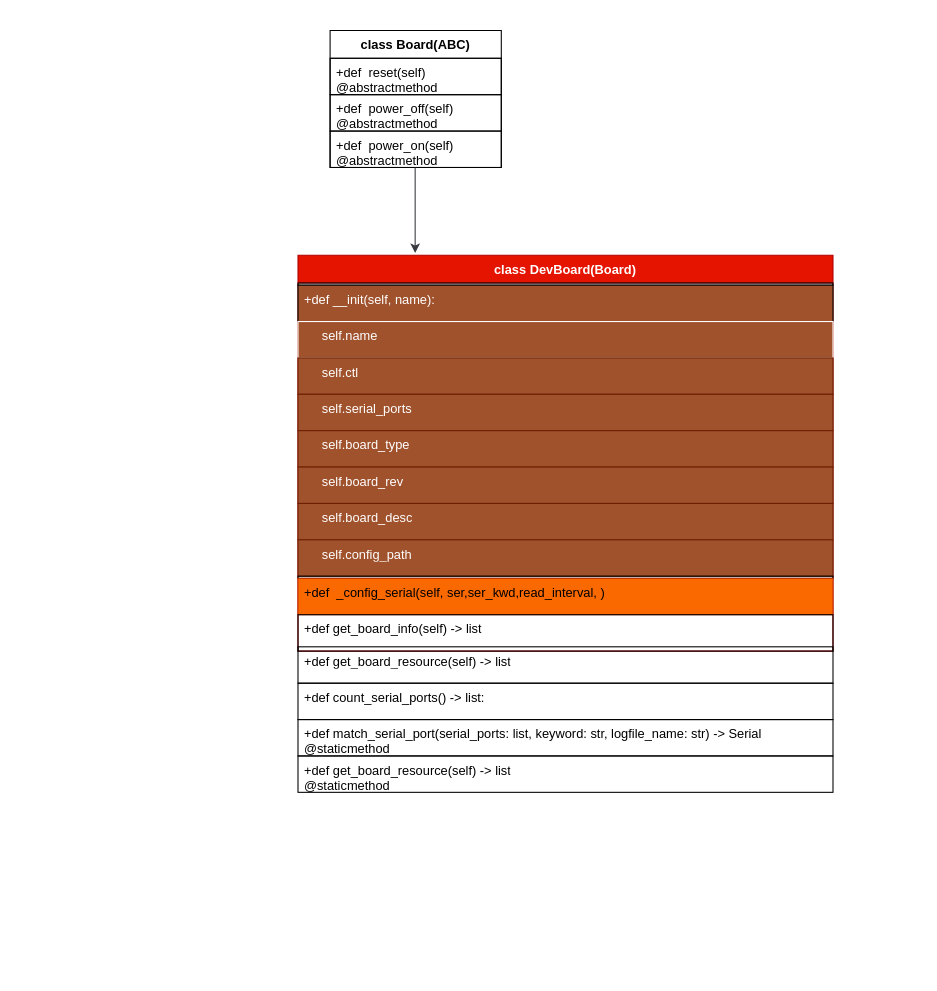
This is board.drawio from RuanZhen139/learngit, a draw.io file, before an edit. Source tidied: cells renumbered, new cells numbered last; positions are measured from the earlier drawing's top-left corner, leaving out a move shared by most shapes. Both pictures are drawn from the tidied source at 107%, with x=0, y=0 at pixel (297, 30).
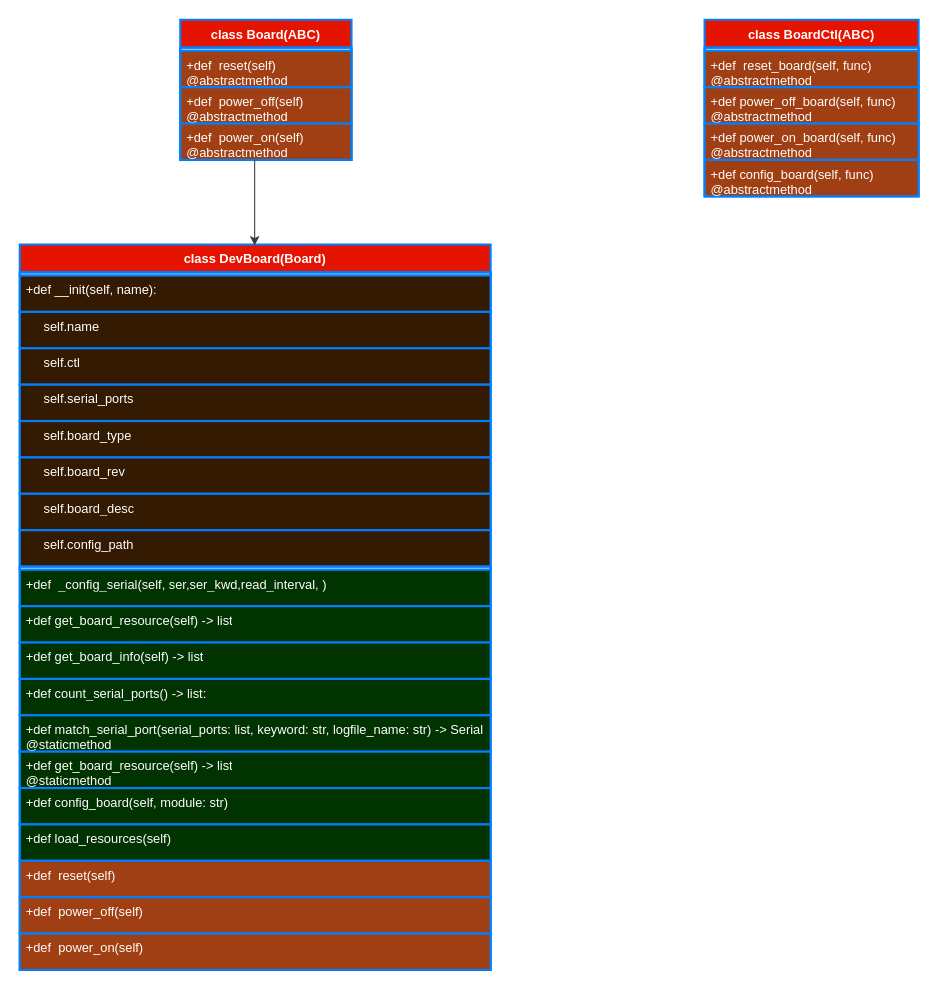
After the change.

The edit, as a diff of the source:
```diff
@@
-    <mxCell id="2" value="class Board(ABC)" style="swimlane;fontStyle=1;align=center;verticalAlign=top;horizontal=1;startSize=26;whiteSpace=wrap;html=1;" parent="1" vertex="1">
-      <mxGeometry x="30" width="160" height="128" as="geometry" />
+    <mxCell id="2" value="class Board(ABC)" style="swimlane;fontStyle=1;align=center;verticalAlign=top;horizontal=1;startSize=26;whiteSpace=wrap;html=1;fillColor=#e51400;fontColor=#ffffff;strokeColor=#007FFF;strokeWidth=2;" parent="1" vertex="1">
+      <mxGeometry x="-110" y="-10" width="160" height="131" as="geometry" />
     </mxCell>
+    <mxCell id="24" style="text;strokeColor=#007FFF;fillColor=none;align=left;verticalAlign=top;spacingLeft=4;spacingRight=4;overflow=hidden;whiteSpace=wrap;html=1;strokeWidth=2;" parent="2" vertex="1">
+      <mxGeometry y="26" width="160" height="3" as="geometry" />
+    </mxCell>
-    <mxCell id="3" value="+def&amp;nbsp; reset(self)&amp;nbsp; &amp;nbsp; &amp;nbsp; @abstractmethod" style="text;strokeColor=default;fillColor=none;align=left;verticalAlign=top;spacingLeft=4;spacingRight=4;overflow=hidden;whiteSpace=wrap;html=1;" parent="2" vertex="1">
-      <mxGeometry y="26" width="160" height="34" as="geometry" />
+    <mxCell id="3" value="+def&amp;nbsp; reset(self)&amp;nbsp; &amp;nbsp; &amp;nbsp; @abstractmethod" style="text;strokeColor=#007FFF;fillColor=#A03F13;align=left;verticalAlign=top;spacingLeft=4;spacingRight=4;overflow=hidden;whiteSpace=wrap;html=1;fontColor=#FFFFFF;strokeWidth=2;" parent="2" vertex="1">
+      <mxGeometry y="29" width="160" height="34" as="geometry" />
     </mxCell>
-    <mxCell id="4" value="+def&amp;nbsp;&amp;nbsp;power_off&lt;span style=&quot;background-color: initial;&quot;&gt;(self)&amp;nbsp; &amp;nbsp; &amp;nbsp; @abstractmethod&lt;/span&gt;" style="text;strokeColor=default;fillColor=none;align=left;verticalAlign=top;spacingLeft=4;spacingRight=4;overflow=hidden;whiteSpace=wrap;html=1;" parent="2" vertex="1">
-      <mxGeometry y="60" width="160" height="34" as="geometry" />
+    <mxCell id="4" value="+def&amp;nbsp;&amp;nbsp;power_off&lt;span style=&quot;background-color: initial;&quot;&gt;(self)&amp;nbsp; &amp;nbsp; &amp;nbsp; @abstractmethod&lt;/span&gt;" style="text;strokeColor=#007FFF;fillColor=#A03F13;align=left;verticalAlign=top;spacingLeft=4;spacingRight=4;overflow=hidden;whiteSpace=wrap;html=1;fontColor=#FFFFFF;strokeWidth=2;" parent="2" vertex="1">
+      <mxGeometry y="63" width="160" height="34" as="geometry" />
     </mxCell>
-    <mxCell id="5" value="+def&amp;nbsp;&amp;nbsp;power_on&lt;span style=&quot;background-color: initial;&quot;&gt;(self)&amp;nbsp; &amp;nbsp; &amp;nbsp; @abstractmethod&lt;/span&gt;" style="text;strokeColor=default;fillColor=none;align=left;verticalAlign=top;spacingLeft=4;spacingRight=4;overflow=hidden;whiteSpace=wrap;html=1;" parent="2" vertex="1">
-      <mxGeometry y="94" width="160" height="34" as="geometry" />
+    <mxCell id="5" value="+def&amp;nbsp;&amp;nbsp;power_on&lt;span style=&quot;background-color: initial;&quot;&gt;(self)&amp;nbsp; &amp;nbsp; &amp;nbsp; @abstractmethod&lt;/span&gt;" style="text;strokeColor=#007FFF;fillColor=#A03F13;align=left;verticalAlign=top;spacingLeft=4;spacingRight=4;overflow=hidden;whiteSpace=wrap;html=1;fontColor=#FFFFFF;strokeWidth=2;" parent="2" vertex="1">
+      <mxGeometry y="97" width="160" height="34" as="geometry" />
     </mxCell>
-    <mxCell id="6" value="class DevBoard(Board&lt;span style=&quot;background-color: initial;&quot;&gt;)&lt;/span&gt;" style="swimlane;fontStyle=1;align=center;verticalAlign=top;horizontal=1;startSize=26;whiteSpace=wrap;html=1;fillColor=#e51400;fontColor=#ffffff;strokeColor=#B20000;" parent="1" vertex="1">
-      <mxGeometry y="210" width="500" height="370" as="geometry" />
+    <mxCell id="6" value="class DevBoard(Board&lt;span style=&quot;background-color: initial;&quot;&gt;)&lt;/span&gt;" style="swimlane;fontStyle=1;align=center;verticalAlign=top;horizontal=1;startSize=26;whiteSpace=wrap;html=1;fillColor=#e51400;fontColor=#ffffff;strokeColor=#007FFF;strokeWidth=2;" parent="1" vertex="1">
+      <mxGeometry x="-260" y="200" width="440" height="678" as="geometry" />
     </mxCell>
-    <mxCell id="7" style="text;strokeColor=default;fillColor=none;align=left;verticalAlign=top;spacingLeft=4;spacingRight=4;overflow=hidden;whiteSpace=wrap;html=1;" parent="6" vertex="1">
-      <mxGeometry y="26" width="500" height="2" as="geometry" />
+    <mxCell id="7" style="text;strokeColor=#007FFF;fillColor=none;align=left;verticalAlign=top;spacingLeft=4;spacingRight=4;overflow=hidden;whiteSpace=wrap;html=1;strokeWidth=2;" parent="6" vertex="1">
+      <mxGeometry y="26" width="440" height="3" as="geometry" />
     </mxCell>
-    <mxCell id="8" value="+def __init(self, name&lt;span style=&quot;background-color: initial;&quot;&gt;):&lt;/span&gt;" style="text;strokeColor=default;fillColor=#a0522d;align=left;verticalAlign=top;spacingLeft=4;spacingRight=4;overflow=hidden;whiteSpace=wrap;html=1;fontColor=#ffffff;perimeterSpacing=0;" parent="6" vertex="1">
-      <mxGeometry y="28" width="500" height="34" as="geometry" />
+    <mxCell id="8" value="+def __init(self, name&lt;span style=&quot;background-color: initial;&quot;&gt;):&lt;/span&gt;" style="text;strokeColor=#007FFF;fillColor=#331A00;align=left;verticalAlign=top;spacingLeft=4;spacingRight=4;overflow=hidden;whiteSpace=wrap;html=1;fontColor=#ffffff;perimeterSpacing=0;strokeWidth=2;" parent="6" vertex="1">
+      <mxGeometry y="29" width="440" height="34" as="geometry" />
     </mxCell>
-    <mxCell id="9" value="&amp;nbsp; &amp;nbsp; &amp;nbsp;self.name" style="text;strokeColor=#FFFFFF;fillColor=#a0522d;align=left;verticalAlign=top;spacingLeft=4;spacingRight=4;overflow=hidden;whiteSpace=wrap;html=1;fontColor=#ffffff;fillStyle=auto;gradientColor=none;" parent="6" vertex="1">
-      <mxGeometry y="62" width="500" height="34" as="geometry" />
+    <mxCell id="9" value="&amp;nbsp; &amp;nbsp; &amp;nbsp;self.name" style="text;strokeColor=#007FFF;fillColor=#331A00;align=left;verticalAlign=top;spacingLeft=4;spacingRight=4;overflow=hidden;whiteSpace=wrap;html=1;fontColor=#ffffff;fillStyle=auto;gradientColor=none;strokeWidth=2;" parent="6" vertex="1">
+      <mxGeometry y="63" width="440" height="34" as="geometry" />
     </mxCell>
-    <mxCell id="10" value="&amp;nbsp; &amp;nbsp; &amp;nbsp;self.ctl" style="text;strokeColor=#6D1F00;fillColor=#a0522d;align=left;verticalAlign=top;spacingLeft=4;spacingRight=4;overflow=hidden;whiteSpace=wrap;html=1;fontColor=#ffffff;" parent="6" vertex="1">
-      <mxGeometry y="96" width="500" height="34" as="geometry" />
+    <mxCell id="10" value="&amp;nbsp; &amp;nbsp; &amp;nbsp;self.ctl" style="text;strokeColor=#007FFF;fillColor=#331A00;align=left;verticalAlign=top;spacingLeft=4;spacingRight=4;overflow=hidden;whiteSpace=wrap;html=1;fontColor=#ffffff;strokeWidth=2;" parent="6" vertex="1">
+      <mxGeometry y="97" width="440" height="34" as="geometry" />
     </mxCell>
-    <mxCell id="11" value="&amp;nbsp; &amp;nbsp; &amp;nbsp;self.serial_ports" style="text;strokeColor=#6D1F00;fillColor=#a0522d;align=left;verticalAlign=top;spacingLeft=4;spacingRight=4;overflow=hidden;whiteSpace=wrap;html=1;fontColor=#ffffff;" parent="6" vertex="1">
-      <mxGeometry y="130" width="500" height="34" as="geometry" />
+    <mxCell id="11" value="&amp;nbsp; &amp;nbsp; &amp;nbsp;self.serial_ports" style="text;strokeColor=#007FFF;fillColor=#331A00;align=left;verticalAlign=top;spacingLeft=4;spacingRight=4;overflow=hidden;whiteSpace=wrap;html=1;fontColor=#ffffff;strokeWidth=2;" parent="6" vertex="1">
+      <mxGeometry y="131" width="440" height="34" as="geometry" />
     </mxCell>
-    <mxCell id="12" value="&amp;nbsp; &amp;nbsp; &amp;nbsp;self.board_type" style="text;strokeColor=#6D1F00;fillColor=#a0522d;align=left;verticalAlign=top;spacingLeft=4;spacingRight=4;overflow=hidden;whiteSpace=wrap;html=1;fontColor=#ffffff;" parent="6" vertex="1">
-      <mxGeometry y="164" width="500" height="34" as="geometry" />
+    <mxCell id="12" value="&amp;nbsp; &amp;nbsp; &amp;nbsp;self.board_type" style="text;strokeColor=#007FFF;fillColor=#331A00;align=left;verticalAlign=top;spacingLeft=4;spacingRight=4;overflow=hidden;whiteSpace=wrap;html=1;fontColor=#ffffff;strokeWidth=2;" parent="6" vertex="1">
+      <mxGeometry y="165" width="440" height="34" as="geometry" />
     </mxCell>
-    <mxCell id="13" value="&amp;nbsp; &amp;nbsp; &amp;nbsp;self.board_rev" style="text;strokeColor=#6D1F00;fillColor=#a0522d;align=left;verticalAlign=top;spacingLeft=4;spacingRight=4;overflow=hidden;whiteSpace=wrap;html=1;fontColor=#ffffff;" parent="6" vertex="1">
-      <mxGeometry y="198" width="500" height="34" as="geometry" />
+    <mxCell id="13" value="&amp;nbsp; &amp;nbsp; &amp;nbsp;self.board_rev" style="text;strokeColor=#007FFF;fillColor=#331A00;align=left;verticalAlign=top;spacingLeft=4;spacingRight=4;overflow=hidden;whiteSpace=wrap;html=1;fontColor=#ffffff;strokeWidth=2;" parent="6" vertex="1">
+      <mxGeometry y="199" width="440" height="34" as="geometry" />
     </mxCell>
-    <mxCell id="14" value="&amp;nbsp; &amp;nbsp; &amp;nbsp;self.board_desc" style="text;strokeColor=#6D1F00;fillColor=#a0522d;align=left;verticalAlign=top;spacingLeft=4;spacingRight=4;overflow=hidden;whiteSpace=wrap;html=1;fontColor=#ffffff;" parent="6" vertex="1">
-      <mxGeometry y="232" width="500" height="34" as="geometry" />
+    <mxCell id="14" value="&amp;nbsp; &amp;nbsp; &amp;nbsp;self.board_desc" style="text;strokeColor=#007FFF;fillColor=#331A00;align=left;verticalAlign=top;spacingLeft=4;spacingRight=4;overflow=hidden;whiteSpace=wrap;html=1;fontColor=#ffffff;strokeWidth=2;" parent="6" vertex="1">
+      <mxGeometry y="233" width="440" height="34" as="geometry" />
     </mxCell>
-    <mxCell id="15" value="&amp;nbsp; &amp;nbsp; &amp;nbsp;self.config_path" style="text;strokeColor=#6D1F00;fillColor=#a0522d;align=left;verticalAlign=top;spacingLeft=4;spacingRight=4;overflow=hidden;whiteSpace=wrap;html=1;fontColor=#ffffff;" parent="6" vertex="1">
-      <mxGeometry y="266" width="500" height="34" as="geometry" />
+    <mxCell id="15" value="&amp;nbsp; &amp;nbsp; &amp;nbsp;self.config_path" style="text;strokeColor=#007FFF;fillColor=#331A00;align=left;verticalAlign=top;spacingLeft=4;spacingRight=4;overflow=hidden;whiteSpace=wrap;html=1;fontColor=#ffffff;strokeWidth=2;" parent="6" vertex="1">
+      <mxGeometry y="267" width="440" height="34" as="geometry" />
     </mxCell>
-    <mxCell id="16" style="text;strokeColor=default;fillColor=none;align=left;verticalAlign=top;spacingLeft=4;spacingRight=4;overflow=hidden;whiteSpace=wrap;html=1;" parent="6" vertex="1">
-      <mxGeometry y="300" width="500" height="2" as="geometry" />
+    <mxCell id="16" style="text;strokeColor=#007FFF;fillColor=none;align=left;verticalAlign=top;spacingLeft=4;spacingRight=4;overflow=hidden;whiteSpace=wrap;html=1;strokeWidth=2;spacing=1;" parent="6" vertex="1">
+      <mxGeometry y="301" width="440" height="3" as="geometry" />
     </mxCell>
-    <mxCell id="17" value="+def&amp;nbsp;&amp;nbsp;_config_serial&lt;span style=&quot;background-color: initial;&quot;&gt;(self, ser,ser_kwd,read_interval, )&lt;br&gt;&lt;/span&gt;" style="text;strokeColor=#C73500;fillColor=#fa6800;align=left;verticalAlign=top;spacingLeft=4;spacingRight=4;overflow=hidden;whiteSpace=wrap;html=1;fontColor=#000000;" parent="6" vertex="1">
-      <mxGeometry y="302" width="500" height="34" as="geometry" />
+    <mxCell id="17" value="+def&amp;nbsp;&amp;nbsp;_config_serial&lt;span style=&quot;background-color: initial;&quot;&gt;(self, ser,ser_kwd,read_interval, )&lt;br&gt;&lt;/span&gt;" style="text;strokeColor=#007FFF;fillColor=#003300;align=left;verticalAlign=top;spacingLeft=4;spacingRight=4;overflow=hidden;whiteSpace=wrap;html=1;fontColor=#FFFFFF;strokeWidth=2;" parent="6" vertex="1">
+      <mxGeometry y="304" width="440" height="34" as="geometry" />
     </mxCell>
+    <mxCell id="20" value="+def get_board_resource(self) -&amp;gt; list" style="text;strokeColor=#007FFF;fillColor=#003300;align=left;verticalAlign=top;spacingLeft=4;spacingRight=4;overflow=hidden;whiteSpace=wrap;html=1;fontColor=#FFFFFF;strokeWidth=2;" parent="6" vertex="1">
+      <mxGeometry y="338" width="440" height="34" as="geometry" />
+    </mxCell>
-    <mxCell id="18" value="+def get_board_info(self) -&amp;gt; list" style="text;strokeColor=default;fillColor=none;align=left;verticalAlign=top;spacingLeft=4;spacingRight=4;overflow=hidden;whiteSpace=wrap;html=1;" parent="6" vertex="1">
-      <mxGeometry y="336" width="500" height="34" as="geometry" />
+    <mxCell id="18" value="+def get_board_info(self) -&amp;gt; list" style="text;strokeColor=#007FFF;fillColor=#003300;align=left;verticalAlign=top;spacingLeft=4;spacingRight=4;overflow=hidden;whiteSpace=wrap;html=1;fontColor=#FFFFFF;labelBackgroundColor=none;labelBorderColor=none;strokeWidth=2;" parent="6" vertex="1">
+      <mxGeometry y="372" width="440" height="34" as="geometry" />
     </mxCell>
-    <mxCell id="19" style="endArrow=classic;html=1;rounded=0;fillColor=#f9f7ed;strokeColor=#36393d;" parent="1" edge="1">
-      <mxGeometry relative="1" as="geometry">
-        <mxPoint x="109.5" y="128" as="sourcePoint" />
-        <mxPoint x="109.5" y="208" as="targetPoint" />
-      </mxGeometry>
-    </mxCell>
-    <mxCell id="20" value="+def get_board_resource(self) -&amp;gt; list" style="text;strokeColor=default;fillColor=none;align=left;verticalAlign=top;spacingLeft=4;spacingRight=4;overflow=hidden;whiteSpace=wrap;html=1;" parent="1" vertex="1">
-      <mxGeometry y="576" width="500" height="34" as="geometry" />
-    </mxCell>
-    <mxCell id="21" value="+def count_serial_ports() -&amp;gt; list:" style="text;strokeColor=default;fillColor=none;align=left;verticalAlign=top;spacingLeft=4;spacingRight=4;overflow=hidden;whiteSpace=wrap;html=1;" parent="1" vertex="1">
-      <mxGeometry y="610" width="500" height="34" as="geometry" />
+    <mxCell id="21" value="+def count_serial_ports() -&amp;gt; list:" style="text;strokeColor=#007FFF;fillColor=#003300;align=left;verticalAlign=top;spacingLeft=4;spacingRight=4;overflow=hidden;whiteSpace=wrap;html=1;fontColor=#FFFFFF;strokeWidth=2;" parent="6" vertex="1">
+      <mxGeometry y="406" width="440" height="34" as="geometry" />
     </mxCell>
-    <mxCell id="22" value="&lt;div&gt;+def match_serial_port(serial_ports: list, keyword: str, logfile_name: str) -&amp;gt; Serial&lt;/div&gt;&lt;div&gt;@staticmethod&lt;br&gt;&lt;/div&gt;" style="text;strokeColor=default;fillColor=none;align=left;verticalAlign=top;spacingLeft=4;spacingRight=4;overflow=hidden;whiteSpace=wrap;html=1;" parent="1" vertex="1">
-      <mxGeometry y="644" width="500" height="34" as="geometry" />
+    <mxCell id="22" value="&lt;div&gt;+def match_serial_port(serial_ports: list, keyword: str, logfile_name: str) -&amp;gt; Serial&lt;/div&gt;&lt;div&gt;@staticmethod&lt;br&gt;&lt;/div&gt;" style="text;strokeColor=#007FFF;fillColor=#003300;align=left;verticalAlign=top;spacingLeft=4;spacingRight=4;overflow=hidden;whiteSpace=wrap;html=1;fontColor=#FFFFFF;strokeWidth=2;" parent="6" vertex="1">
+      <mxGeometry y="440" width="440" height="34" as="geometry" />
     </mxCell>
-    <mxCell id="23" value="+def get_board_resource(self) -&amp;gt; list&lt;br&gt;@staticmethod" style="text;strokeColor=default;fillColor=none;align=left;verticalAlign=top;spacingLeft=4;spacingRight=4;overflow=hidden;whiteSpace=wrap;html=1;" parent="1" vertex="1">
-      <mxGeometry y="678" width="500" height="34" as="geometry" />
+    <mxCell id="23" value="+def get_board_resource(self) -&amp;gt; list&lt;br&gt;@staticmethod" style="text;strokeColor=#007FFF;fillColor=#003300;align=left;verticalAlign=top;spacingLeft=4;spacingRight=4;overflow=hidden;whiteSpace=wrap;html=1;fontColor=#FFFFFF;strokeWidth=2;" parent="6" vertex="1">
+      <mxGeometry y="474" width="440" height="34" as="geometry" />
     </mxCell>
+    <mxCell id="25" value="+def config_board(self, module: str)" style="text;strokeColor=#007FFF;fillColor=#003300;align=left;verticalAlign=top;spacingLeft=4;spacingRight=4;overflow=hidden;whiteSpace=wrap;html=1;fontColor=#FFFFFF;strokeWidth=2;" parent="6" vertex="1">
+      <mxGeometry y="508" width="440" height="34" as="geometry" />
+    </mxCell>
+    <mxCell id="26" value="+def load_resources(self)" style="text;strokeColor=#007FFF;fillColor=#003300;align=left;verticalAlign=top;spacingLeft=4;spacingRight=4;overflow=hidden;whiteSpace=wrap;html=1;fontColor=#FFFFFF;strokeWidth=2;" parent="6" vertex="1">
+      <mxGeometry y="542" width="440" height="34" as="geometry" />
+    </mxCell>
+    <mxCell id="27" value="&lt;div&gt;+def&amp;nbsp; reset(self)&lt;br&gt;&lt;/div&gt;" style="text;strokeColor=#007FFF;fillColor=#A03F13;align=left;verticalAlign=top;spacingLeft=4;spacingRight=4;overflow=hidden;whiteSpace=wrap;html=1;fontColor=#FFFFFF;strokeWidth=2;" parent="6" vertex="1">
+      <mxGeometry y="576" width="440" height="34" as="geometry" />
+    </mxCell>
+    <mxCell id="28" value="&lt;div&gt;+def&amp;nbsp;&amp;nbsp;power_off(self)&lt;br&gt;&lt;/div&gt;" style="text;strokeColor=#007FFF;fillColor=#A03F13;align=left;verticalAlign=top;spacingLeft=4;spacingRight=4;overflow=hidden;whiteSpace=wrap;html=1;fontColor=#FFFFFF;strokeWidth=2;" parent="6" vertex="1">
+      <mxGeometry y="610" width="440" height="34" as="geometry" />
+    </mxCell>
+    <mxCell id="29" value="&lt;div&gt;+def&amp;nbsp;&amp;nbsp;power_on(self)&lt;br&gt;&lt;/div&gt;" style="text;strokeColor=#007FFF;fillColor=#A03F13;align=left;verticalAlign=top;spacingLeft=4;spacingRight=4;overflow=hidden;whiteSpace=wrap;html=1;fontColor=#FFFFFF;strokeWidth=2;" parent="6" vertex="1">
+      <mxGeometry y="644" width="440" height="34" as="geometry" />
+    </mxCell>
+    <mxCell id="19" style="endArrow=classic;html=1;rounded=0;fillColor=#f9f7ed;strokeColor=#36393d;" parent="1" edge="1">
+      <mxGeometry relative="1" as="geometry">
+        <mxPoint x="-40.5" y="121" as="sourcePoint" />
+        <mxPoint x="-40.5" y="201" as="targetPoint" />
+      </mxGeometry>
+    </mxCell>
+    <mxCell id="30" value="class BoardCtl(ABC)" style="swimlane;fontStyle=1;align=center;verticalAlign=top;horizontal=1;startSize=26;whiteSpace=wrap;html=1;fillColor=#e51400;fontColor=#ffffff;strokeColor=#007FFF;strokeWidth=2;" parent="1" vertex="1">
+      <mxGeometry x="380" y="-10" width="200" height="165" as="geometry" />
+    </mxCell>
+    <mxCell id="31" style="text;strokeColor=#007FFF;fillColor=none;align=left;verticalAlign=top;spacingLeft=4;spacingRight=4;overflow=hidden;whiteSpace=wrap;html=1;strokeWidth=2;" parent="30" vertex="1">
+      <mxGeometry y="26" width="200" height="3" as="geometry" />
+    </mxCell>
+    <mxCell id="32" value="+def&amp;nbsp; reset_board(self, func)&amp;nbsp; &amp;nbsp; &amp;nbsp; @abstractmethod" style="text;strokeColor=#007FFF;fillColor=#A03F13;align=left;verticalAlign=top;spacingLeft=4;spacingRight=4;overflow=hidden;whiteSpace=wrap;html=1;fontColor=#FFFFFF;strokeWidth=2;" parent="30" vertex="1">
+      <mxGeometry y="29" width="200" height="34" as="geometry" />
+    </mxCell>
+    <mxCell id="33" value="+def power_off_board(self, func)&amp;nbsp;&amp;nbsp; &amp;nbsp; @abstractmethod" style="text;strokeColor=#007FFF;fillColor=#A03F13;align=left;verticalAlign=top;spacingLeft=4;spacingRight=4;overflow=hidden;whiteSpace=wrap;html=1;fontColor=#FFFFFF;strokeWidth=2;" parent="30" vertex="1">
+      <mxGeometry y="63" width="200" height="34" as="geometry" />
+    </mxCell>
+    <mxCell id="34" value="+&lt;span style=&quot;background-color: initial;&quot;&gt;def power_on_board(self, func)&amp;nbsp;&amp;nbsp; &amp;nbsp; @abstractmethod&lt;/span&gt;" style="text;strokeColor=#007FFF;fillColor=#A03F13;align=left;verticalAlign=top;spacingLeft=4;spacingRight=4;overflow=hidden;whiteSpace=wrap;html=1;fontColor=#FFFFFF;strokeWidth=2;" parent="30" vertex="1">
+      <mxGeometry y="97" width="200" height="34" as="geometry" />
+    </mxCell>
+    <mxCell id="35" value="+&lt;span style=&quot;background-color: initial;&quot;&gt;def config_board(self, func)&amp;nbsp;&amp;nbsp; &amp;nbsp; @abstractmethod&lt;/span&gt;" style="text;strokeColor=#007FFF;fillColor=#A03F13;align=left;verticalAlign=top;spacingLeft=4;spacingRight=4;overflow=hidden;whiteSpace=wrap;html=1;fontColor=#FFFFFF;strokeWidth=2;" parent="30" vertex="1">
+      <mxGeometry y="131" width="200" height="34" as="geometry" />
+    </mxCell>
```
